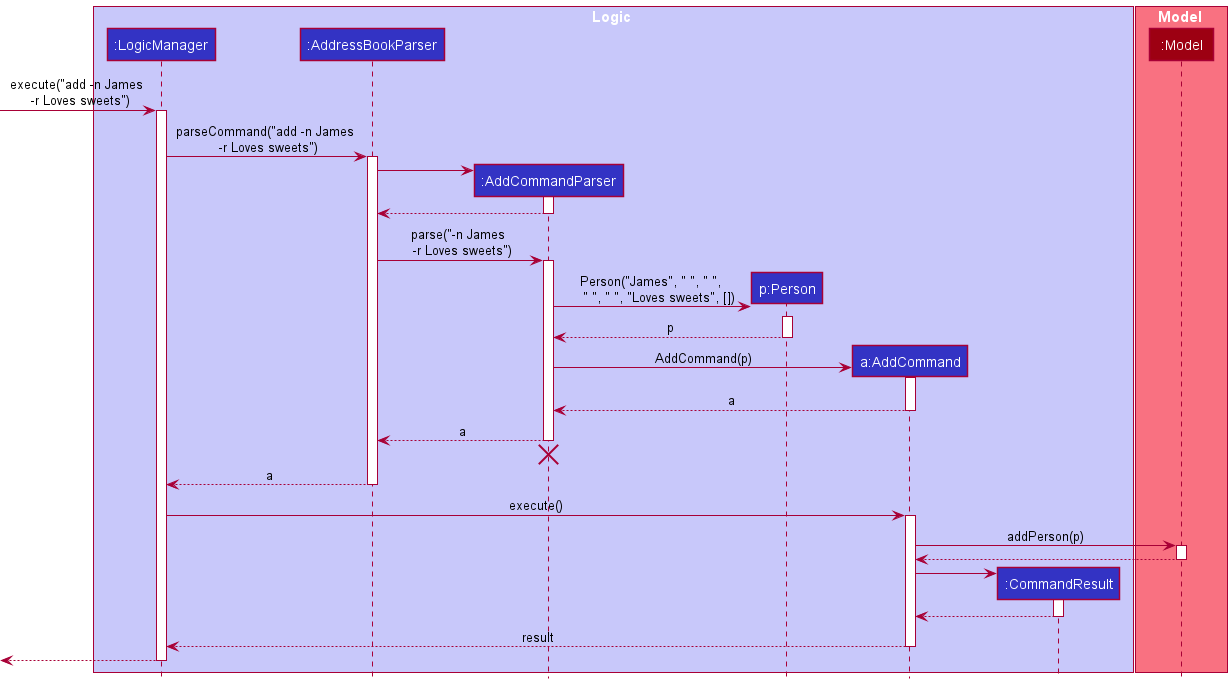
Earlier version of the PlantUML export docs/images/AddSequenceDiagram.png (nus-cs2103-AY2021S2/tp).
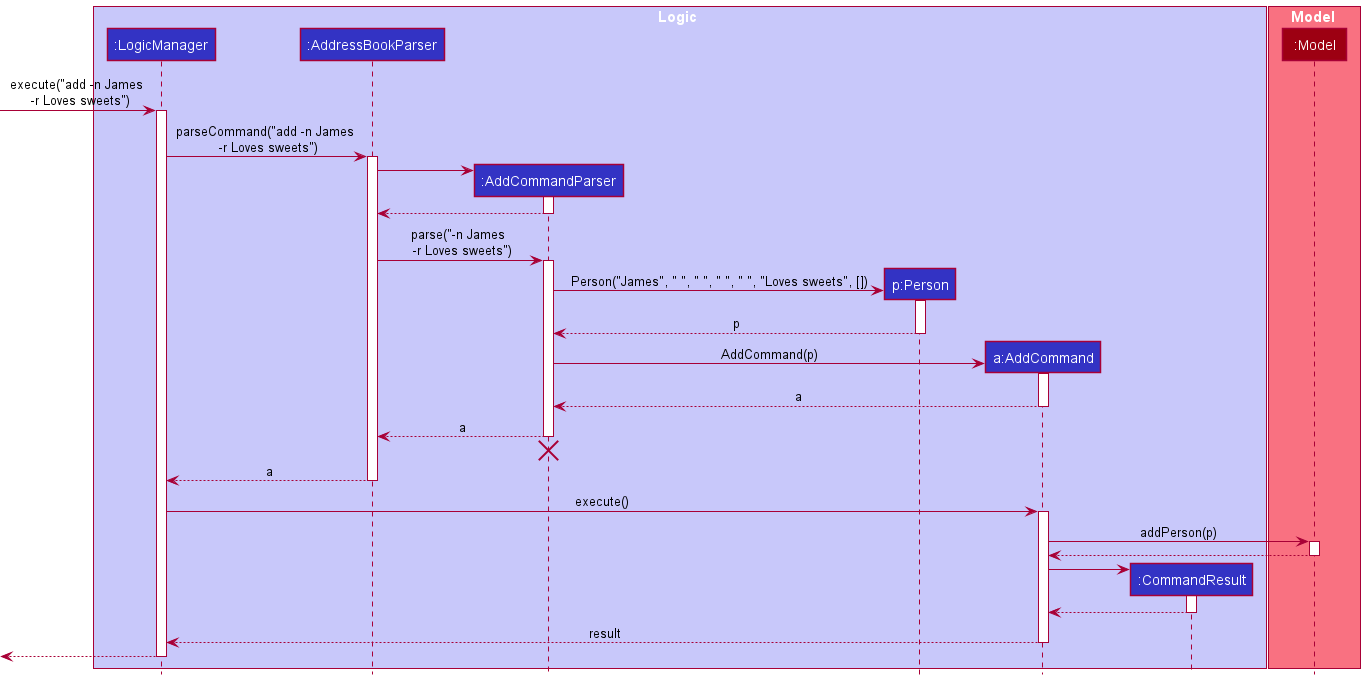
Above is the later version.

The edit, as a diff of the source:
```diff
@@ -31,7 +31,7 @@
 activate AddCommandParser
 
 create Person
-AddCommandParser -> Person: Person("James", " ", " ", \n   " ", " ", "Loves sweets", [])
+AddCommandParser -> Person: Person("James", " ", " ", " ", " ", "Loves sweets", [])
 activate Person
 
 Person --> AddCommandParser: p
```
